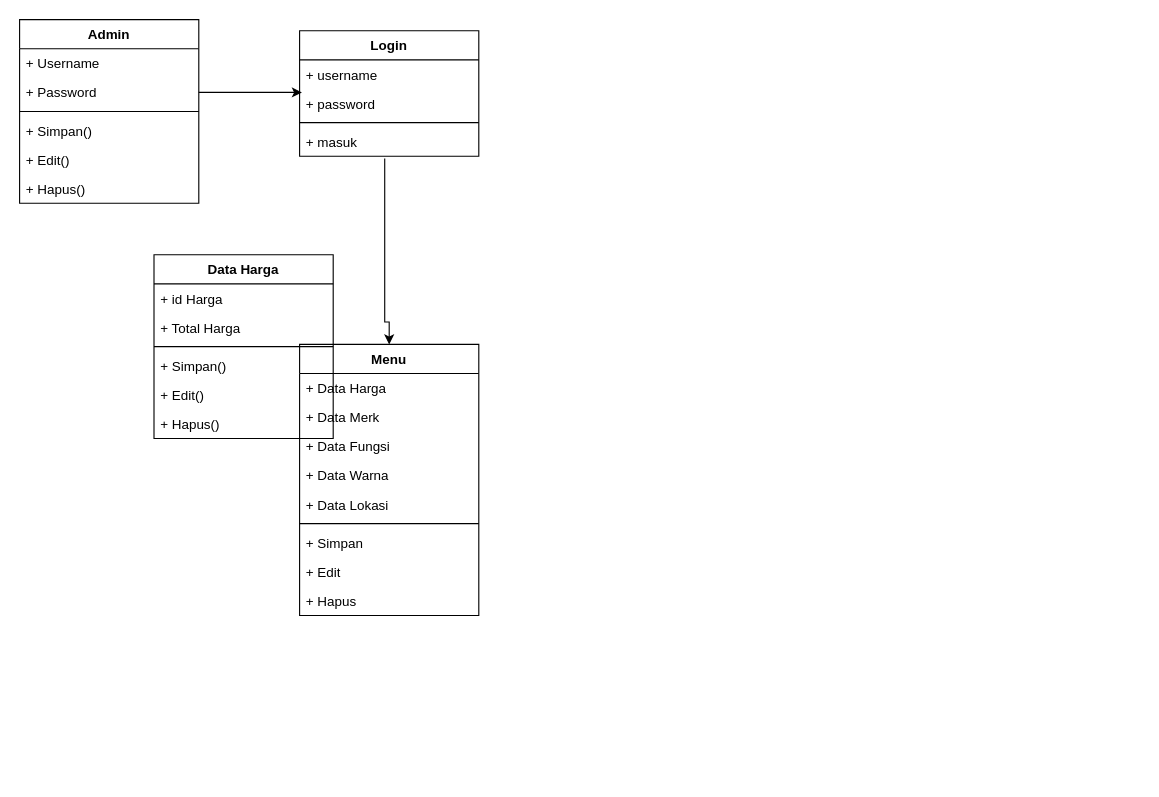
Above: page "Halaman-3" (3 of 3) of Diagram Tanpa Judul.drawio in muhammadfarhanfadlil/pw2020_43121334 (draw.io), before the change. Source tidied: cells renumbered, new cells numbered last; positions are measured from the earlier drawing's top-left corner, leaving out a move shared by most shapes. Both pictures are drawn from the tidied source at 112%, with x=0, y=0 at pixel (19, 19).
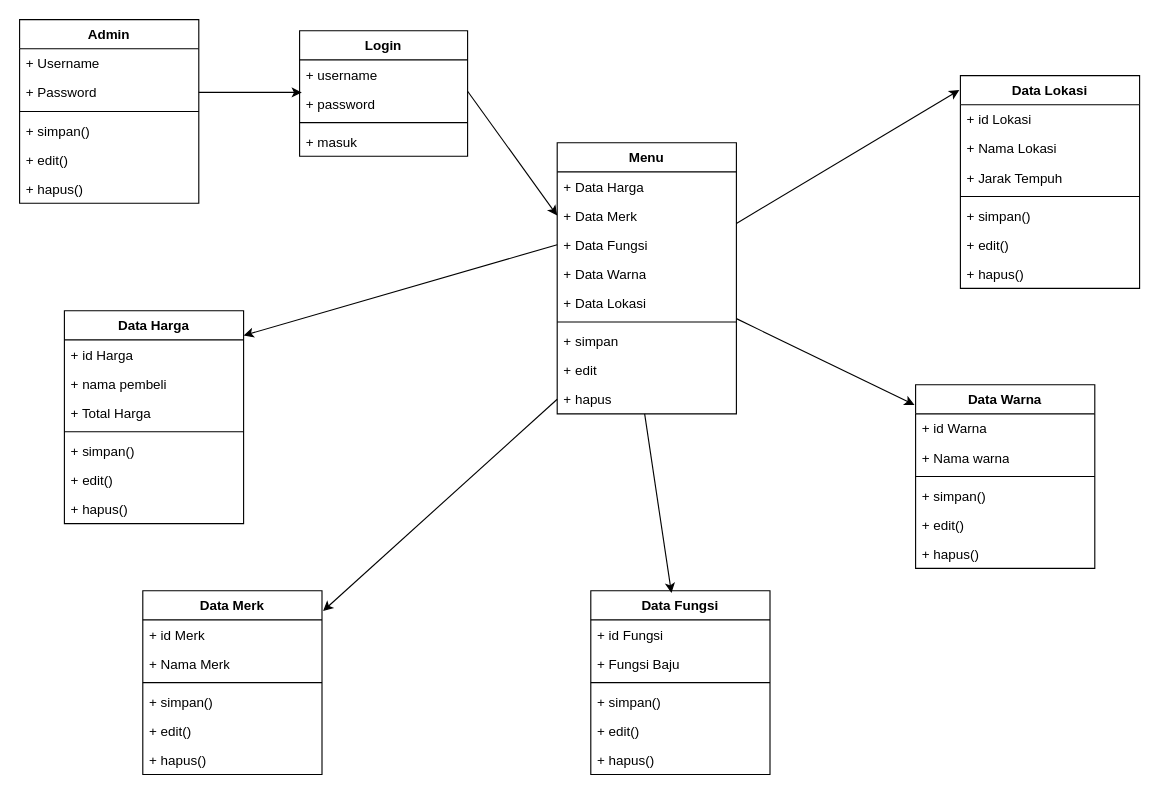
The same page after the edit.

The change refers to these unchanged cells:
```xml
<mxCell id="4" value="+ Data Merk" style="text;strokeColor=none;fillColor=none;align=left;verticalAlign=top;spacingLeft=4;spacingRight=4;overflow=hidden;points=[[0,0.5],[1,0.5]];portConstraint=eastwest;whiteSpace=wrap;html=1;" parent="2" vertex="1">
  <mxGeometry y="52" width="160" height="26" as="geometry" />
</mxCell>
<mxCell id="5" value="+ Data Fungsi" style="text;strokeColor=none;fillColor=none;align=left;verticalAlign=top;spacingLeft=4;spacingRight=4;overflow=hidden;points=[[0,0.5],[1,0.5]];portConstraint=eastwest;whiteSpace=wrap;html=1;" parent="2" vertex="1">
  <mxGeometry y="78" width="160" height="26" as="geometry" />
</mxCell>
<mxCell id="7" value="+ Data Lokasi" style="text;strokeColor=none;fillColor=none;align=left;verticalAlign=top;spacingLeft=4;spacingRight=4;overflow=hidden;points=[[0,0.5],[1,0.5]];portConstraint=eastwest;whiteSpace=wrap;html=1;" parent="2" vertex="1">
  <mxGeometry y="130" width="160" height="26" as="geometry" />
</mxCell>
<mxCell id="12" value="Admin" style="swimlane;fontStyle=1;align=center;verticalAlign=top;horizontal=1;startSize=26;whiteSpace=wrap;html=1;" parent="1" vertex="1">
  <mxGeometry width="160" height="164" as="geometry" />
</mxCell>
```

Change to the diagram source:
```diff
@@
     <mxCell id="2" value="Menu" style="swimlane;fontStyle=1;align=center;verticalAlign=top;horizontal=1;startSize=26;whiteSpace=wrap;html=1;" parent="1" vertex="1">
-      <mxGeometry x="250" y="290" width="160" height="242" as="geometry" />
+      <mxGeometry x="480" y="110" width="160" height="242" as="geometry" />
     </mxCell>
@@
-    <mxCell id="9" value="+ Simpan&lt;br&gt;" style="text;strokeColor=none;fillColor=none;align=left;verticalAlign=top;spacingLeft=4;spacingRight=4;overflow=hidden;whiteSpace=wrap;html=1;" parent="2" vertex="1">
+    <mxCell id="9" value="+ simpan" style="text;strokeColor=none;fillColor=none;align=left;verticalAlign=top;spacingLeft=4;spacingRight=4;overflow=hidden;whiteSpace=wrap;html=1;" parent="2" vertex="1">
       <mxGeometry y="164" width="160" height="26" as="geometry" />
     </mxCell>
-    <mxCell id="10" value="+ Edit" style="text;strokeColor=none;fillColor=none;align=left;verticalAlign=top;spacingLeft=4;spacingRight=4;overflow=hidden;whiteSpace=wrap;html=1;" parent="2" vertex="1">
+    <mxCell id="10" value="+ edit" style="text;strokeColor=none;fillColor=none;align=left;verticalAlign=top;spacingLeft=4;spacingRight=4;overflow=hidden;whiteSpace=wrap;html=1;" parent="2" vertex="1">
       <mxGeometry y="190" width="160" height="26" as="geometry" />
     </mxCell>
-    <mxCell id="11" value="+ Hapus" style="text;strokeColor=none;fillColor=none;align=left;verticalAlign=top;spacingLeft=4;spacingRight=4;overflow=hidden;points=[[0,0.5],[1,0.5]];portConstraint=eastwest;whiteSpace=wrap;html=1;" parent="2" vertex="1">
+    <mxCell id="11" value="+ hapus" style="text;strokeColor=none;fillColor=none;align=left;verticalAlign=top;spacingLeft=4;spacingRight=4;overflow=hidden;points=[[0,0.5],[1,0.5]];portConstraint=eastwest;whiteSpace=wrap;html=1;" parent="2" vertex="1">
       <mxGeometry y="216" width="160" height="26" as="geometry" />
     </mxCell>
@@
-    <mxCell id="16" value="+ Simpan()" style="text;strokeColor=none;fillColor=none;align=left;verticalAlign=top;spacingLeft=4;spacingRight=4;overflow=hidden;whiteSpace=wrap;html=1;" parent="12" vertex="1">
+    <mxCell id="16" value="+ simpan()" style="text;strokeColor=none;fillColor=none;align=left;verticalAlign=top;spacingLeft=4;spacingRight=4;overflow=hidden;whiteSpace=wrap;html=1;" parent="12" vertex="1">
       <mxGeometry y="86" width="160" height="26" as="geometry" />
     </mxCell>
-    <mxCell id="17" value="+ Edit()" style="text;strokeColor=none;fillColor=none;align=left;verticalAlign=top;spacingLeft=4;spacingRight=4;overflow=hidden;whiteSpace=wrap;html=1;" parent="12" vertex="1">
+    <mxCell id="17" value="+ edit()" style="text;strokeColor=none;fillColor=none;align=left;verticalAlign=top;spacingLeft=4;spacingRight=4;overflow=hidden;whiteSpace=wrap;html=1;" parent="12" vertex="1">
       <mxGeometry y="112" width="160" height="26" as="geometry" />
     </mxCell>
-    <mxCell id="18" value="+ Hapus()" style="text;strokeColor=none;fillColor=none;align=left;verticalAlign=top;spacingLeft=4;spacingRight=4;overflow=hidden;whiteSpace=wrap;html=1;" parent="12" vertex="1">
+    <mxCell id="18" value="+ hapus()" style="text;strokeColor=none;fillColor=none;align=left;verticalAlign=top;spacingLeft=4;spacingRight=4;overflow=hidden;whiteSpace=wrap;html=1;" parent="12" vertex="1">
       <mxGeometry y="138" width="160" height="26" as="geometry" />
     </mxCell>
+    <mxCell id="33" style="rounded=0;jettySize=auto;html=1;exitX=1;exitY=0.077;exitDx=0;exitDy=0;entryX=0;entryY=0.5;entryDx=0;entryDy=0;exitPerimeter=0;" parent="1" edge="1" source="21" target="4">
+      <mxGeometry relative="1" as="geometry" />
+    </mxCell>
     <mxCell id="19" value="Login" style="swimlane;fontStyle=1;align=center;verticalAlign=top;horizontal=1;startSize=26;whiteSpace=wrap;html=1;" parent="1" vertex="1">
-      <mxGeometry x="250" y="10" width="160" height="112" as="geometry" />
+      <mxGeometry x="250" y="10" width="150" height="112" as="geometry" />
     </mxCell>
     <mxCell id="20" value="+ username" style="text;strokeColor=none;fillColor=none;align=left;verticalAlign=top;spacingLeft=4;spacingRight=4;overflow=hidden;whiteSpace=wrap;html=1;" parent="19" vertex="1">
-      <mxGeometry y="26" width="160" height="26" as="geometry" />
+      <mxGeometry y="26" width="150" height="26" as="geometry" />
     </mxCell>
     <mxCell id="21" value="+ password" style="text;strokeColor=none;fillColor=none;align=left;verticalAlign=top;spacingLeft=4;spacingRight=4;overflow=hidden;points=[[0,0.5],[1,0.5]];portConstraint=eastwest;whiteSpace=wrap;html=1;" parent="19" vertex="1">
-      <mxGeometry y="52" width="160" height="26" as="geometry" />
+      <mxGeometry y="52" width="150" height="26" as="geometry" />
     </mxCell>
     <mxCell id="22" style="line;strokeWidth=1;fillColor=none;align=left;verticalAlign=middle;spacingTop=-1;spacingLeft=3;spacingRight=3;labelPosition=right;strokeColor=inherit;" parent="19" vertex="1">
-      <mxGeometry y="78" width="160" height="8" as="geometry" />
+      <mxGeometry y="78" width="150" height="8" as="geometry" />
     </mxCell>
     <mxCell id="23" value="+ masuk" style="text;strokeColor=none;fillColor=none;align=left;verticalAlign=top;spacingLeft=4;spacingRight=4;overflow=hidden;points=[[0,0.5],[1,0.5]];portConstraint=eastwest;whiteSpace=wrap;html=1;" parent="19" vertex="1">
-      <mxGeometry y="86" width="160" height="26" as="geometry" />
+      <mxGeometry y="86" width="150" height="26" as="geometry" />
     </mxCell>
     <mxCell id="24" value="Data Harga" style="swimlane;fontStyle=1;align=center;verticalAlign=top;horizontal=1;startSize=26;whiteSpace=wrap;html=1;" parent="1" vertex="1">
-      <mxGeometry x="120" y="210" width="160" height="164" as="geometry" />
+      <mxGeometry x="40" y="260" width="160" height="190" as="geometry" />
     </mxCell>
@@
+    <mxCell id="34" value="+ nama pembeli" style="text;strokeColor=none;fillColor=none;align=left;verticalAlign=top;spacingLeft=4;spacingRight=4;overflow=hidden;whiteSpace=wrap;html=1;" parent="24" vertex="1">
+      <mxGeometry y="52" width="160" height="26" as="geometry" />
+    </mxCell>
     <mxCell id="26" value="+ Total Harga" style="text;strokeColor=none;fillColor=none;align=left;verticalAlign=top;spacingLeft=4;spacingRight=4;overflow=hidden;whiteSpace=wrap;html=1;" parent="24" vertex="1">
-      <mxGeometry y="52" width="160" height="26" as="geometry" />
+      <mxGeometry y="78" width="160" height="26" as="geometry" />
     </mxCell>
     <mxCell id="27" style="line;strokeWidth=1;fillColor=none;align=left;verticalAlign=middle;spacingTop=-1;spacingLeft=3;spacingRight=3;labelPosition=right;strokeColor=inherit;" parent="24" vertex="1">
-      <mxGeometry y="78" width="160" height="8" as="geometry" />
+      <mxGeometry y="104" width="160" height="8" as="geometry" />
     </mxCell>
-    <mxCell id="28" value="+ Simpan()" style="text;strokeColor=none;fillColor=none;align=left;verticalAlign=top;spacingLeft=4;spacingRight=4;overflow=hidden;whiteSpace=wrap;html=1;" parent="24" vertex="1">
-      <mxGeometry y="86" width="160" height="26" as="geometry" />
+    <mxCell id="28" value="+ simpan()" style="text;strokeColor=none;fillColor=none;align=left;verticalAlign=top;spacingLeft=4;spacingRight=4;overflow=hidden;whiteSpace=wrap;html=1;" parent="24" vertex="1">
+      <mxGeometry y="112" width="160" height="26" as="geometry" />
     </mxCell>
-    <mxCell id="29" value="+ Edit()" style="text;strokeColor=none;fillColor=none;align=left;verticalAlign=top;spacingLeft=4;spacingRight=4;overflow=hidden;whiteSpace=wrap;html=1;" parent="24" vertex="1">
-      <mxGeometry y="112" width="160" height="26" as="geometry" />
+    <mxCell id="29" value="+ edit()" style="text;strokeColor=none;fillColor=none;align=left;verticalAlign=top;spacingLeft=4;spacingRight=4;overflow=hidden;whiteSpace=wrap;html=1;" parent="24" vertex="1">
+      <mxGeometry y="138" width="160" height="26" as="geometry" />
     </mxCell>
-    <mxCell id="30" value="+ Hapus()" style="text;strokeColor=none;fillColor=none;align=left;verticalAlign=top;spacingLeft=4;spacingRight=4;overflow=hidden;whiteSpace=wrap;html=1;" parent="24" vertex="1">
-      <mxGeometry y="138" width="160" height="26" as="geometry" />
+    <mxCell id="30" value="+ hapus()" style="text;strokeColor=none;fillColor=none;align=left;verticalAlign=top;spacingLeft=4;spacingRight=4;overflow=hidden;whiteSpace=wrap;html=1;" parent="24" vertex="1">
+      <mxGeometry y="164" width="160" height="26" as="geometry" />
     </mxCell>
@@
-    <mxCell id="32" style="edgeStyle=orthogonalEdgeStyle;rounded=0;jettySize=auto;html=1;exitX=0.475;exitY=1.077;exitDx=0;exitDy=0;exitPerimeter=0;entryX=0.5;entryY=0;entryDx=0;entryDy=0;" parent="1" edge="1" source="23" target="2">
-      <mxGeometry relative="1" as="geometry">
-        <Array as="points">
-          <mxPoint x="326" y="270" />
-          <mxPoint x="330" y="270" />
-        </Array>
-      </mxGeometry>
-    </mxCell>
+    <mxCell id="35" style="rounded=0;jettySize=auto;html=1;exitX=0;exitY=0.5;exitDx=0;exitDy=0;entryX=1;entryY=0.116;entryDx=0;entryDy=0;entryPerimeter=0;" parent="1" edge="1" source="5" target="24">
+      <mxGeometry relative="1" as="geometry" />
+    </mxCell>
+    <mxCell id="36" value="Data Lokasi" style="swimlane;fontStyle=1;align=center;verticalAlign=top;horizontal=1;startSize=26;whiteSpace=wrap;html=1;" parent="1" vertex="1">
+      <mxGeometry x="840" y="50" width="160" height="190" as="geometry" />
+    </mxCell>
+    <mxCell id="37" value="+ id Lokasi" style="text;strokeColor=none;fillColor=none;align=left;verticalAlign=top;spacingLeft=4;spacingRight=4;overflow=hidden;whiteSpace=wrap;html=1;" parent="36" vertex="1">
+      <mxGeometry y="26" width="160" height="26" as="geometry" />
+    </mxCell>
+    <mxCell id="38" value="+ Nama Lokasi" style="text;strokeColor=none;fillColor=none;align=left;verticalAlign=top;spacingLeft=4;spacingRight=4;overflow=hidden;whiteSpace=wrap;html=1;" parent="36" vertex="1">
+      <mxGeometry y="52" width="160" height="26" as="geometry" />
+    </mxCell>
+    <mxCell id="39" value="+ Jarak Tempuh" style="text;strokeColor=none;fillColor=none;align=left;verticalAlign=top;spacingLeft=4;spacingRight=4;overflow=hidden;whiteSpace=wrap;html=1;" parent="36" vertex="1">
+      <mxGeometry y="78" width="160" height="26" as="geometry" />
+    </mxCell>
+    <mxCell id="40" style="line;strokeWidth=1;fillColor=none;align=left;verticalAlign=middle;spacingTop=-1;spacingLeft=3;spacingRight=3;labelPosition=right;strokeColor=inherit;" parent="36" vertex="1">
+      <mxGeometry y="104" width="160" height="8" as="geometry" />
+    </mxCell>
+    <mxCell id="41" value="+ simpan()" style="text;strokeColor=none;fillColor=none;align=left;verticalAlign=top;spacingLeft=4;spacingRight=4;overflow=hidden;whiteSpace=wrap;html=1;" parent="36" vertex="1">
+      <mxGeometry y="112" width="160" height="26" as="geometry" />
+    </mxCell>
+    <mxCell id="42" value="+ edit()" style="text;strokeColor=none;fillColor=none;align=left;verticalAlign=top;spacingLeft=4;spacingRight=4;overflow=hidden;whiteSpace=wrap;html=1;" parent="36" vertex="1">
+      <mxGeometry y="138" width="160" height="26" as="geometry" />
+    </mxCell>
+    <mxCell id="43" value="+ hapus()" style="text;strokeColor=none;fillColor=none;align=left;verticalAlign=top;spacingLeft=4;spacingRight=4;overflow=hidden;whiteSpace=wrap;html=1;" parent="36" vertex="1">
+      <mxGeometry y="164" width="160" height="26" as="geometry" />
+    </mxCell>
+    <mxCell id="44" style="rounded=0;jettySize=auto;html=1;entryX=-0.006;entryY=0.068;entryDx=0;entryDy=0;exitX=1;exitY=0.769;exitDx=0;exitDy=0;exitPerimeter=0;entryPerimeter=0;" parent="1" edge="1" source="4" target="36">
+      <mxGeometry relative="1" as="geometry" />
+    </mxCell>
+    <mxCell id="45" value="Data Merk" style="swimlane;fontStyle=1;align=center;verticalAlign=top;horizontal=1;startSize=26;whiteSpace=wrap;html=1;" parent="1" vertex="1">
+      <mxGeometry x="110" y="510" width="160" height="164" as="geometry" />
+    </mxCell>
+    <mxCell id="46" value="+ id Merk" style="text;strokeColor=none;fillColor=none;align=left;verticalAlign=top;spacingLeft=4;spacingRight=4;overflow=hidden;whiteSpace=wrap;html=1;" parent="45" vertex="1">
+      <mxGeometry y="26" width="160" height="26" as="geometry" />
+    </mxCell>
+    <mxCell id="47" value="+ Nama Merk" style="text;strokeColor=none;fillColor=none;align=left;verticalAlign=top;spacingLeft=4;spacingRight=4;overflow=hidden;whiteSpace=wrap;html=1;" parent="45" vertex="1">
+      <mxGeometry y="52" width="160" height="26" as="geometry" />
+    </mxCell>
+    <mxCell id="48" style="line;strokeWidth=1;fillColor=none;align=left;verticalAlign=middle;spacingTop=-1;spacingLeft=3;spacingRight=3;labelPosition=right;strokeColor=inherit;" parent="45" vertex="1">
+      <mxGeometry y="78" width="160" height="8" as="geometry" />
+    </mxCell>
+    <mxCell id="49" value="+ simpan()" style="text;strokeColor=none;fillColor=none;align=left;verticalAlign=top;spacingLeft=4;spacingRight=4;overflow=hidden;whiteSpace=wrap;html=1;" parent="45" vertex="1">
+      <mxGeometry y="86" width="160" height="26" as="geometry" />
+    </mxCell>
+    <mxCell id="50" value="+ edit()" style="text;strokeColor=none;fillColor=none;align=left;verticalAlign=top;spacingLeft=4;spacingRight=4;overflow=hidden;whiteSpace=wrap;html=1;" parent="45" vertex="1">
+      <mxGeometry y="112" width="160" height="26" as="geometry" />
+    </mxCell>
+    <mxCell id="51" value="+ hapus()" style="text;strokeColor=none;fillColor=none;align=left;verticalAlign=top;spacingLeft=4;spacingRight=4;overflow=hidden;whiteSpace=wrap;html=1;" parent="45" vertex="1">
+      <mxGeometry y="138" width="160" height="26" as="geometry" />
+    </mxCell>
+    <mxCell id="52" style="rounded=0;jettySize=auto;html=1;exitX=0;exitY=0.5;exitDx=0;exitDy=0;entryX=1.006;entryY=0.11;entryDx=0;entryDy=0;entryPerimeter=0;" parent="1" edge="1" source="11" target="45">
+      <mxGeometry relative="1" as="geometry" />
+    </mxCell>
+    <mxCell id="53" value="Data Fungsi" style="swimlane;fontStyle=1;align=center;verticalAlign=top;horizontal=1;startSize=26;whiteSpace=wrap;html=1;" parent="1" vertex="1">
+      <mxGeometry x="510" y="510" width="160" height="164" as="geometry" />
+    </mxCell>
+    <mxCell id="54" value="+ id Fungsi" style="text;strokeColor=none;fillColor=none;align=left;verticalAlign=top;spacingLeft=4;spacingRight=4;overflow=hidden;whiteSpace=wrap;html=1;" parent="53" vertex="1">
+      <mxGeometry y="26" width="160" height="26" as="geometry" />
+    </mxCell>
+    <mxCell id="55" value="+ Fungsi Baju" style="text;strokeColor=none;fillColor=none;align=left;verticalAlign=top;spacingLeft=4;spacingRight=4;overflow=hidden;whiteSpace=wrap;html=1;" parent="53" vertex="1">
+      <mxGeometry y="52" width="160" height="26" as="geometry" />
+    </mxCell>
+    <mxCell id="56" style="line;strokeWidth=1;fillColor=none;align=left;verticalAlign=middle;spacingTop=-1;spacingLeft=3;spacingRight=3;labelPosition=right;strokeColor=inherit;" parent="53" vertex="1">
+      <mxGeometry y="78" width="160" height="8" as="geometry" />
+    </mxCell>
+    <mxCell id="57" value="+ simpan()" style="text;strokeColor=none;fillColor=none;align=left;verticalAlign=top;spacingLeft=4;spacingRight=4;overflow=hidden;whiteSpace=wrap;html=1;" parent="53" vertex="1">
+      <mxGeometry y="86" width="160" height="26" as="geometry" />
+    </mxCell>
+    <mxCell id="58" value="+ edit()" style="text;strokeColor=none;fillColor=none;align=left;verticalAlign=top;spacingLeft=4;spacingRight=4;overflow=hidden;whiteSpace=wrap;html=1;" parent="53" vertex="1">
+      <mxGeometry y="112" width="160" height="26" as="geometry" />
+    </mxCell>
+    <mxCell id="59" value="+ hapus()" style="text;strokeColor=none;fillColor=none;align=left;verticalAlign=top;spacingLeft=4;spacingRight=4;overflow=hidden;whiteSpace=wrap;html=1;" parent="53" vertex="1">
+      <mxGeometry y="138" width="160" height="26" as="geometry" />
+    </mxCell>
+    <mxCell id="60" style="rounded=0;jettySize=auto;html=1;exitX=0.488;exitY=1;exitDx=0;exitDy=0;entryX=0.45;entryY=0.012;entryDx=0;entryDy=0;entryPerimeter=0;exitPerimeter=0;" parent="1" edge="1" source="11" target="53">
+      <mxGeometry relative="1" as="geometry" />
+    </mxCell>
+    <mxCell id="61" value="Data Warna" style="swimlane;fontStyle=1;align=center;verticalAlign=top;horizontal=1;startSize=26;whiteSpace=wrap;html=1;" parent="1" vertex="1">
+      <mxGeometry x="800" y="326" width="160" height="164" as="geometry" />
+    </mxCell>
+    <mxCell id="62" value="+ id Warna" style="text;strokeColor=none;fillColor=none;align=left;verticalAlign=top;spacingLeft=4;spacingRight=4;overflow=hidden;whiteSpace=wrap;html=1;" parent="61" vertex="1">
+      <mxGeometry y="26" width="160" height="26" as="geometry" />
+    </mxCell>
+    <mxCell id="63" value="+ Nama warna" style="text;strokeColor=none;fillColor=none;align=left;verticalAlign=top;spacingLeft=4;spacingRight=4;overflow=hidden;whiteSpace=wrap;html=1;" parent="61" vertex="1">
+      <mxGeometry y="52" width="160" height="26" as="geometry" />
+    </mxCell>
+    <mxCell id="64" style="line;strokeWidth=1;fillColor=none;align=left;verticalAlign=middle;spacingTop=-1;spacingLeft=3;spacingRight=3;labelPosition=right;strokeColor=inherit;" parent="61" vertex="1">
+      <mxGeometry y="78" width="160" height="8" as="geometry" />
+    </mxCell>
+    <mxCell id="65" value="+ simpan()" style="text;strokeColor=none;fillColor=none;align=left;verticalAlign=top;spacingLeft=4;spacingRight=4;overflow=hidden;whiteSpace=wrap;html=1;" parent="61" vertex="1">
+      <mxGeometry y="86" width="160" height="26" as="geometry" />
+    </mxCell>
+    <mxCell id="66" value="+ edit()" style="text;strokeColor=none;fillColor=none;align=left;verticalAlign=top;spacingLeft=4;spacingRight=4;overflow=hidden;whiteSpace=wrap;html=1;" parent="61" vertex="1">
+      <mxGeometry y="112" width="160" height="26" as="geometry" />
+    </mxCell>
+    <mxCell id="67" value="+ hapus()" style="text;strokeColor=none;fillColor=none;align=left;verticalAlign=top;spacingLeft=4;spacingRight=4;overflow=hidden;whiteSpace=wrap;html=1;" parent="61" vertex="1">
+      <mxGeometry y="138" width="160" height="26" as="geometry" />
+    </mxCell>
+    <mxCell id="68" style="rounded=0;jettySize=auto;html=1;entryX=-0.006;entryY=0.11;entryDx=0;entryDy=0;entryPerimeter=0;exitX=1;exitY=1.038;exitDx=0;exitDy=0;exitPerimeter=0;" parent="1" edge="1" source="7" target="61">
+      <mxGeometry relative="1" as="geometry" />
+    </mxCell>
```
